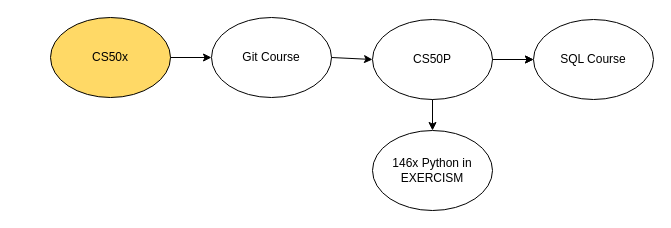
This is page "CS" (1 of 2) of Notes/My CS Roadmap.drawio from wunschzettel891/Workbench, a draw.io file, before an edit. Source tidied: cells renumbered, new cells numbered last; positions are measured from the earlier drawing's top-left corner, leaving out a move shared by most shapes. Both pictures are drawn from the tidied source at 100%, with x=0, y=0 at pixel (50, 17).
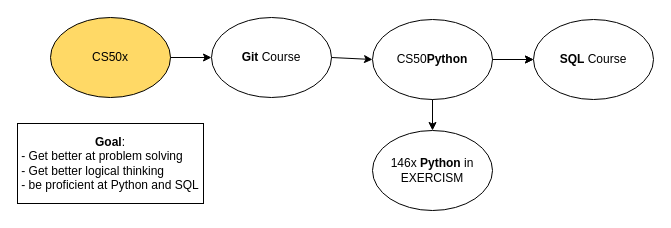
The same page after the edit.

Diff of the diagram source:
```diff
@@
-<mxGraphModel background="light-dark(#FFFFFF,#FFFFFF)">
+<mxGraphModel background="light-dark(#FFFFFF,#FFF2CC)">
   <root>
     <mxCell id="0" />
     <mxCell id="1" parent="0" />
     <mxCell id="2" value="&lt;span style=&quot;color: light-dark(rgb(0, 0, 0), rgb(0, 0, 0));&quot;&gt;&lt;span style=&quot;color: light-dark(rgb(0, 0, 0), rgb(0, 0, 0));&quot;&gt;CS50&lt;/span&gt;x&lt;/span&gt;" style="ellipse;whiteSpace=wrap;html=1;fillColor=light-dark(#FFD966,#FFD966);fillStyle=solid;strokeColor=light-dark(#000000,#000000);" parent="1" vertex="1">
       <mxGeometry width="120" height="80" as="geometry" />
     </mxCell>
-    <mxCell id="3" value="Git Course" style="ellipse;whiteSpace=wrap;html=1;fillColor=light-dark(#FFFFFF,#FFFFFF);fillStyle=solid;fontColor=light-dark(#000000,#000000);strokeColor=light-dark(#000000,#000000);" parent="1" vertex="1">
+    <mxCell id="3" value="&lt;b&gt;Git&lt;/b&gt; Course" style="ellipse;whiteSpace=wrap;html=1;fillColor=light-dark(#FFFFFF,#FFFFFF);fillStyle=solid;fontColor=light-dark(#000000,#000000);strokeColor=light-dark(#000000,#000000);" parent="1" vertex="1">
       <mxGeometry x="161" width="120" height="80" as="geometry" />
     </mxCell>
     <mxCell id="4" style="endArrow=classic;html=1;rounded=0;exitX=1;exitY=0.5;exitDx=0;exitDy=0;entryX=0;entryY=0.5;entryDx=0;entryDy=0;strokeColor=light-dark(#000000,#000000);" parent="1" edge="1" source="2" target="3">
       <mxGeometry relative="1" as="geometry" />
     </mxCell>
     <mxCell id="5" style="edgeStyle=orthogonalEdgeStyle;rounded=0;jettySize=auto;html=1;" parent="1" edge="1" source="6" target="10">
       <mxGeometry relative="1" as="geometry" />
     </mxCell>
-    <mxCell id="6" value="&lt;span style=&quot;&quot;&gt;CS50&lt;/span&gt;P" style="ellipse;whiteSpace=wrap;html=1;fillColor=light-dark(#FFFFFF,#FFFFFF);fillStyle=solid;fontColor=light-dark(#000000,#000000);strokeColor=light-dark(#000000,#000000);" parent="1" vertex="1">
+    <mxCell id="6" value="&lt;span style=&quot;&quot;&gt;CS50&lt;/span&gt;&lt;b&gt;Python&lt;/b&gt;" style="ellipse;whiteSpace=wrap;html=1;fillColor=light-dark(#FFFFFF,#FFFFFF);fillStyle=solid;fontColor=light-dark(#000000,#000000);strokeColor=light-dark(#000000,#000000);" parent="1" vertex="1">
       <mxGeometry x="322" y="2" width="120" height="80" as="geometry" />
     </mxCell>
     <mxCell id="7" style="endArrow=classic;html=1;rounded=0;exitX=1;exitY=0.5;exitDx=0;exitDy=0;entryX=0;entryY=0.5;entryDx=0;entryDy=0;strokeColor=light-dark(#000000,#000000);" parent="1" edge="1" source="3" target="6">
       <mxGeometry relative="1" as="geometry" />
     </mxCell>
-    <mxCell id="8" value="146x Python in EXERCISM" style="ellipse;whiteSpace=wrap;html=1;fillColor=light-dark(#FFFFFF,#FFFFFF);fillStyle=solid;fontColor=light-dark(#000000,#000000);strokeColor=light-dark(#000000,#000000);" parent="1" vertex="1">
+    <mxCell id="8" value="146x &lt;b&gt;Python&lt;/b&gt; in EXERCISM" style="ellipse;whiteSpace=wrap;html=1;fillColor=light-dark(#FFFFFF,#FFFFFF);fillStyle=solid;fontColor=light-dark(#000000,#000000);strokeColor=light-dark(#000000,#000000);" parent="1" vertex="1">
       <mxGeometry x="322" y="113" width="120" height="80" as="geometry" />
     </mxCell>
     <mxCell id="9" style="endArrow=classic;html=1;rounded=0;exitX=0.5;exitY=1;exitDx=0;exitDy=0;strokeColor=light-dark(#000000,#000000);" parent="1" edge="1" source="6" target="8">
       <mxGeometry relative="1" as="geometry" />
     </mxCell>
-    <mxCell id="10" value="SQL Course" style="ellipse;whiteSpace=wrap;html=1;fillColor=light-dark(#FFFFFF,#FFFFFF);fillStyle=solid;fontColor=light-dark(#000000,#000000);strokeColor=light-dark(#000000,#000000);" parent="1" vertex="1">
+    <mxCell id="10" value="&lt;b&gt;SQL&lt;/b&gt; Course" style="ellipse;whiteSpace=wrap;html=1;fillColor=light-dark(#FFFFFF,#FFFFFF);fillStyle=solid;fontColor=light-dark(#000000,#000000);strokeColor=light-dark(#000000,#000000);" parent="1" vertex="1">
       <mxGeometry x="483" y="2" width="120" height="80" as="geometry" />
     </mxCell>
     <mxCell id="11" style="endArrow=classic;html=1;rounded=0;exitX=1;exitY=0.5;exitDx=0;exitDy=0;entryX=0;entryY=0.5;entryDx=0;entryDy=0;strokeColor=light-dark(#000000,#000000);" parent="1" edge="1" source="6" target="10">
       <mxGeometry relative="1" as="geometry" />
     </mxCell>
+    <mxCell id="12" value="&lt;div align=&quot;center&quot;&gt;&lt;b&gt;Goal&lt;/b&gt;:&lt;/div&gt;&lt;div align=&quot;left&quot;&gt;- Get better at problem solving&lt;/div&gt;&lt;div align=&quot;left&quot;&gt;- Get better logical thinking&lt;/div&gt;&lt;div align=&quot;left&quot;&gt;- be proficient at Python and SQL&lt;/div&gt;" style="rounded=0;whiteSpace=wrap;html=1;" parent="1" vertex="1">
+      <mxGeometry x="-33" y="106" width="186" height="80" as="geometry" />
+    </mxCell>
   </root>
 </mxGraphModel>
```
